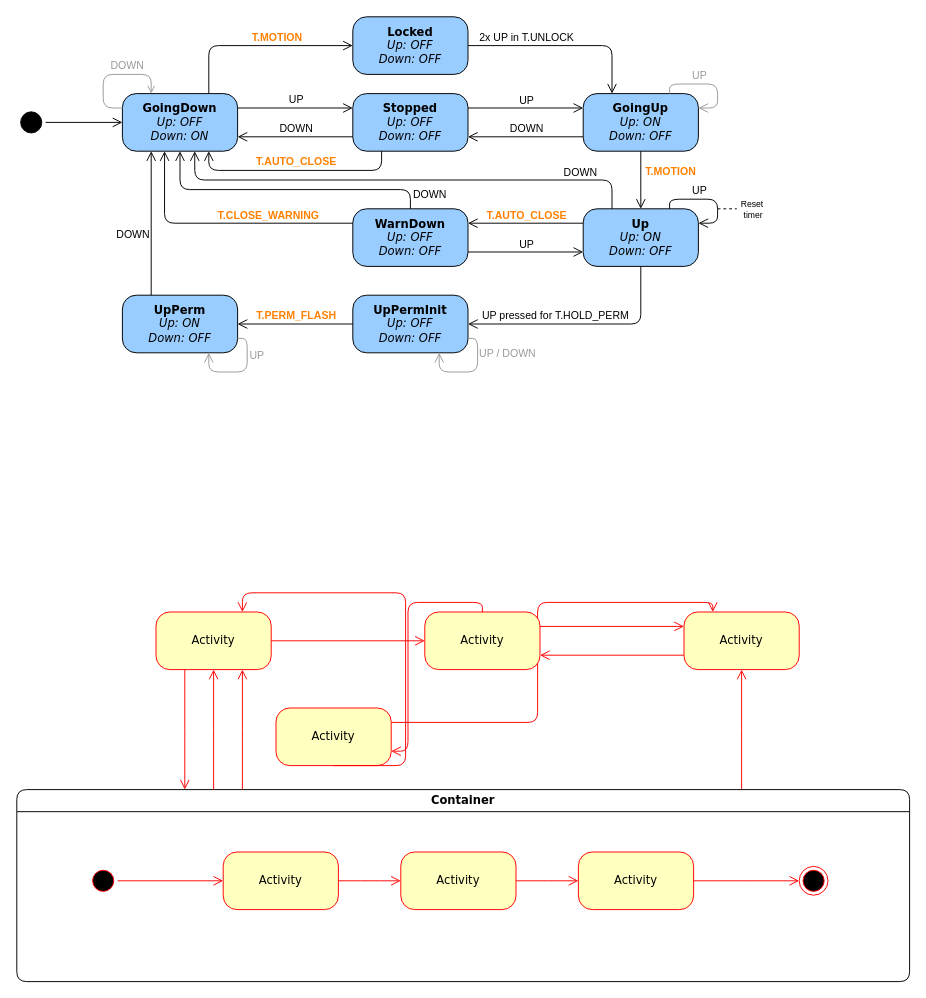
This is statechart.drawio from felixwrt/garage-door, a draw.io file, before an edit. Source tidied: cells renumbered, new cells numbered last; positions are measured from the earlier drawing's top-left corner, leaving out a move shared by most shapes. Both pictures are drawn from the tidied source at 96%, with x=0, y=0 at pixel (16, 16).
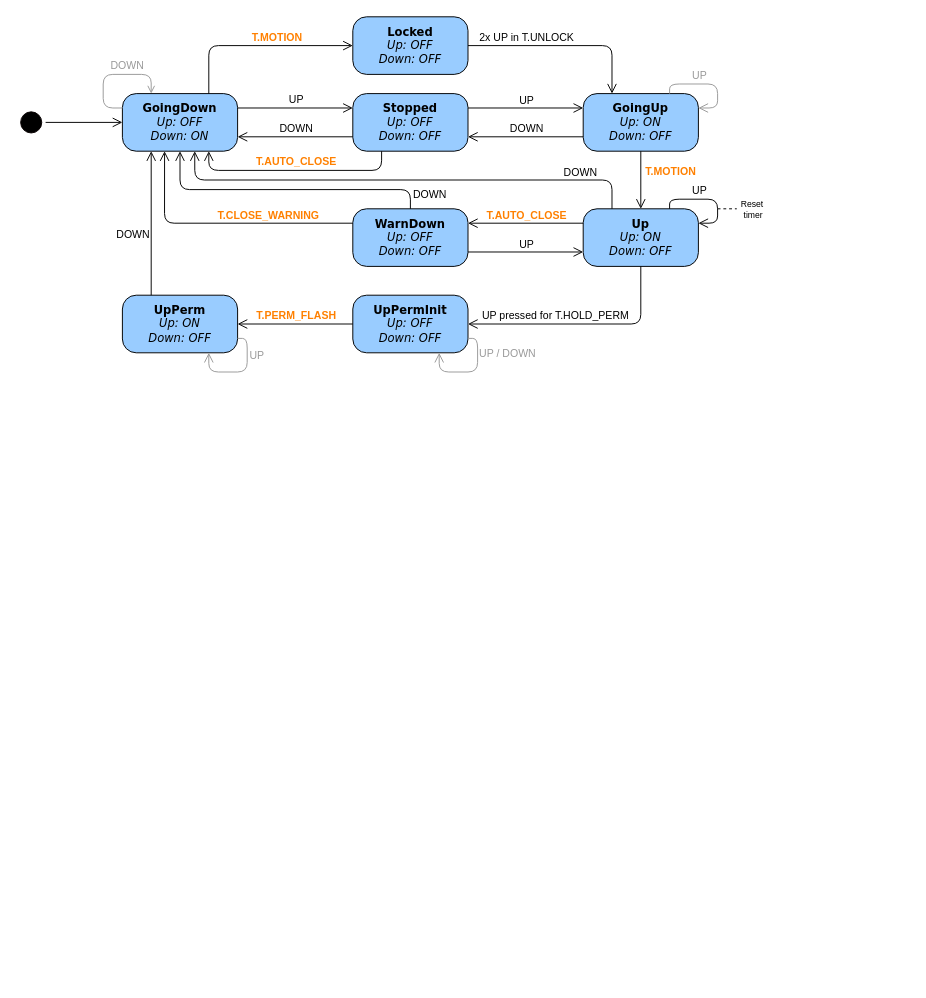
The same page after the edit.

What changed in the source:
```diff
@@
-    <mxCell id="3" value="Activity" style="rounded=1;whiteSpace=wrap;html=1;arcSize=24;fillColor=#ffffc0;strokeColor=#ff0000;shadow=0;comic=0;labelBackgroundColor=none;fontFamily=Verdana;fontSize=12;fontColor=#000000;align=center;" parent="1" vertex="1">
-      <mxGeometry x="145" y="620" width="120" height="60" as="geometry" />
-    </mxCell>
@@
-    <mxCell id="5" style="edgeStyle=orthogonalEdgeStyle;html=1;exitX=1;exitY=0.25;entryX=0.25;entryY=0;labelBackgroundColor=none;endArrow=open;endSize=8;strokeColor=#ff0000;fontFamily=Verdana;fontSize=12;align=left;" parent="1" edge="1" source="6" target="8">
-      <mxGeometry relative="1" as="geometry" />
-    </mxCell>
-    <mxCell id="6" value="Activity" style="rounded=1;whiteSpace=wrap;html=1;arcSize=24;fillColor=#ffffc0;strokeColor=#ff0000;shadow=0;comic=0;labelBackgroundColor=none;fontFamily=Verdana;fontSize=12;fontColor=#000000;align=center;" parent="1" vertex="1">
-      <mxGeometry x="270" y="720" width="120" height="60" as="geometry" />
-    </mxCell>
-    <mxCell id="7" style="edgeStyle=elbowEdgeStyle;html=1;exitX=0;exitY=0.75;entryX=1;entryY=0.75;labelBackgroundColor=none;endArrow=open;endSize=8;strokeColor=#ff0000;fontFamily=Verdana;fontSize=12;align=left;" parent="1" edge="1" source="8" target="9">
-      <mxGeometry relative="1" as="geometry" />
-    </mxCell>
-    <mxCell id="8" value="Activity" style="rounded=1;whiteSpace=wrap;html=1;arcSize=24;fillColor=#ffffc0;strokeColor=#ff0000;shadow=0;comic=0;labelBackgroundColor=none;fontFamily=Verdana;fontSize=12;fontColor=#000000;align=center;" parent="1" vertex="1">
-      <mxGeometry x="695" y="620" width="120" height="60" as="geometry" />
-    </mxCell>
-    <mxCell id="9" value="Activity" style="rounded=1;whiteSpace=wrap;html=1;arcSize=24;fillColor=#ffffc0;strokeColor=#ff0000;shadow=0;comic=0;labelBackgroundColor=none;fontFamily=Verdana;fontSize=12;fontColor=#000000;align=center;" parent="1" vertex="1">
-      <mxGeometry x="425" y="620" width="120" height="60" as="geometry" />
-    </mxCell>
-    <mxCell id="10" style="edgeStyle=elbowEdgeStyle;html=1;labelBackgroundColor=none;endArrow=open;endSize=8;strokeColor=#ff0000;fontFamily=Verdana;fontSize=12;align=left;" parent="1" edge="1" source="11" target="8">
-      <mxGeometry relative="1" as="geometry" />
-    </mxCell>
-    <mxCell id="11" value="Container" style="swimlane;whiteSpace=wrap;html=1;rounded=1;shadow=0;comic=0;labelBackgroundColor=none;strokeWidth=1;fontFamily=Verdana;fontSize=12;align=center;" parent="1" vertex="1">
-      <mxGeometry y="805" width="930" height="200" as="geometry" />
-    </mxCell>
-    <mxCell id="12" style="edgeStyle=elbowEdgeStyle;html=1;labelBackgroundColor=none;endArrow=open;endSize=8;strokeColor=#ff0000;fontFamily=Verdana;fontSize=12;align=left;" parent="11" edge="1" source="13" target="18">
-      <mxGeometry relative="1" as="geometry" />
-    </mxCell>
-    <mxCell id="13" value="Activity" style="rounded=1;whiteSpace=wrap;html=1;arcSize=24;fillColor=#ffffc0;strokeColor=#ff0000;shadow=0;comic=0;labelBackgroundColor=none;fontFamily=Verdana;fontSize=12;fontColor=#000000;align=center;" parent="11" vertex="1">
-      <mxGeometry x="215" y="65" width="120" height="60" as="geometry" />
-    </mxCell>
-    <mxCell id="14" style="ellipse;html=1;shape=endState;fillColor=#000000;strokeColor=#ff0000;rounded=1;shadow=0;comic=0;labelBackgroundColor=none;fontFamily=Verdana;fontSize=12;fontColor=#000000;align=center;" parent="11" vertex="1">
-      <mxGeometry x="815" y="80" width="30" height="30" as="geometry" />
-    </mxCell>
-    <mxCell id="15" style="edgeStyle=elbowEdgeStyle;html=1;labelBackgroundColor=none;endArrow=open;endSize=8;strokeColor=#ff0000;fontFamily=Verdana;fontSize=12;align=left;" parent="11" edge="1" source="16" target="13">
-      <mxGeometry relative="1" as="geometry" />
-    </mxCell>
-    <mxCell id="16" style="ellipse;html=1;shape=startState;fillColor=#000000;strokeColor=#ff0000;rounded=1;shadow=0;comic=0;labelBackgroundColor=none;fontFamily=Verdana;fontSize=12;fontColor=#000000;align=center;direction=south;" parent="11" vertex="1">
-      <mxGeometry x="75" y="80" width="30" height="30" as="geometry" />
-    </mxCell>
-    <mxCell id="17" style="edgeStyle=elbowEdgeStyle;html=1;labelBackgroundColor=none;endArrow=open;endSize=8;strokeColor=#ff0000;fontFamily=Verdana;fontSize=12;align=left;" parent="11" edge="1" source="18" target="20">
-      <mxGeometry relative="1" as="geometry" />
-    </mxCell>
-    <mxCell id="18" value="Activity" style="rounded=1;whiteSpace=wrap;html=1;arcSize=24;fillColor=#ffffc0;strokeColor=#ff0000;shadow=0;comic=0;labelBackgroundColor=none;fontFamily=Verdana;fontSize=12;fontColor=#000000;align=center;" parent="11" vertex="1">
-      <mxGeometry x="400" y="65" width="120" height="60" as="geometry" />
-    </mxCell>
-    <mxCell id="19" style="edgeStyle=elbowEdgeStyle;html=1;labelBackgroundColor=none;endArrow=open;endSize=8;strokeColor=#ff0000;fontFamily=Verdana;fontSize=12;align=left;" parent="11" edge="1" source="20" target="14">
-      <mxGeometry relative="1" as="geometry" />
-    </mxCell>
-    <mxCell id="20" value="Activity" style="rounded=1;whiteSpace=wrap;html=1;arcSize=24;fillColor=#ffffc0;strokeColor=#ff0000;shadow=0;comic=0;labelBackgroundColor=none;fontFamily=Verdana;fontSize=12;fontColor=#000000;align=center;" parent="11" vertex="1">
-      <mxGeometry x="585" y="65" width="120" height="60" as="geometry" />
-    </mxCell>
@@
-    <mxCell id="22" style="edgeStyle=orthogonalEdgeStyle;html=1;entryX=0.75;entryY=0;labelBackgroundColor=none;endArrow=open;endSize=8;strokeColor=#ff0000;fontFamily=Verdana;fontSize=12;align=left;exitX=0.5;exitY=1;" parent="1" edge="1" source="6" target="3">
-      <mxGeometry relative="1" as="geometry">
-        <Array as="points">
-          <mxPoint x="405" y="600" />
-          <mxPoint x="235" y="600" />
-        </Array>
-      </mxGeometry>
-    </mxCell>
-    <mxCell id="23" style="edgeStyle=orthogonalEdgeStyle;html=1;exitX=1;exitY=0.5;entryX=0;entryY=0.5;labelBackgroundColor=none;endArrow=open;endSize=8;strokeColor=#ff0000;fontFamily=Verdana;fontSize=12;align=left;" parent="1" edge="1" source="3" target="9">
-      <mxGeometry relative="1" as="geometry" />
-    </mxCell>
-    <mxCell id="24" style="edgeStyle=orthogonalEdgeStyle;html=1;exitX=0.5;exitY=0;entryX=1;entryY=0.75;labelBackgroundColor=none;endArrow=open;endSize=8;strokeColor=#ff0000;fontFamily=Verdana;fontSize=12;align=left;" parent="1" edge="1" source="9" target="6">
-      <mxGeometry relative="1" as="geometry" />
-    </mxCell>
-    <mxCell id="25" style="edgeStyle=orthogonalEdgeStyle;html=1;exitX=1;exitY=0.25;entryX=0;entryY=0.25;labelBackgroundColor=none;endArrow=open;endSize=8;strokeColor=#ff0000;fontFamily=Verdana;fontSize=12;align=left;" parent="1" edge="1" source="9" target="8">
-      <mxGeometry relative="1" as="geometry" />
-    </mxCell>
-    <mxCell id="26" style="edgeStyle=elbowEdgeStyle;html=1;labelBackgroundColor=none;endArrow=open;endSize=8;strokeColor=#ff0000;fontFamily=Verdana;fontSize=12;align=left;entryX=0.75;entryY=1;" parent="1" edge="1" source="11" target="3">
-      <mxGeometry relative="1" as="geometry" />
-    </mxCell>
-    <mxCell id="27" style="edgeStyle=elbowEdgeStyle;html=1;labelBackgroundColor=none;endArrow=open;endSize=8;strokeColor=#ff0000;fontFamily=Verdana;fontSize=12;align=left;entryX=0.5;entryY=1;" parent="1" edge="1" source="11" target="3">
-      <mxGeometry relative="1" as="geometry" />
-    </mxCell>
-    <mxCell id="28" style="edgeStyle=elbowEdgeStyle;html=1;labelBackgroundColor=none;endArrow=open;endSize=8;strokeColor=#ff0000;fontFamily=Verdana;fontSize=12;align=left;exitX=0.25;exitY=1;" parent="1" edge="1" source="3" target="11">
-      <mxGeometry relative="1" as="geometry" />
-    </mxCell>
```
